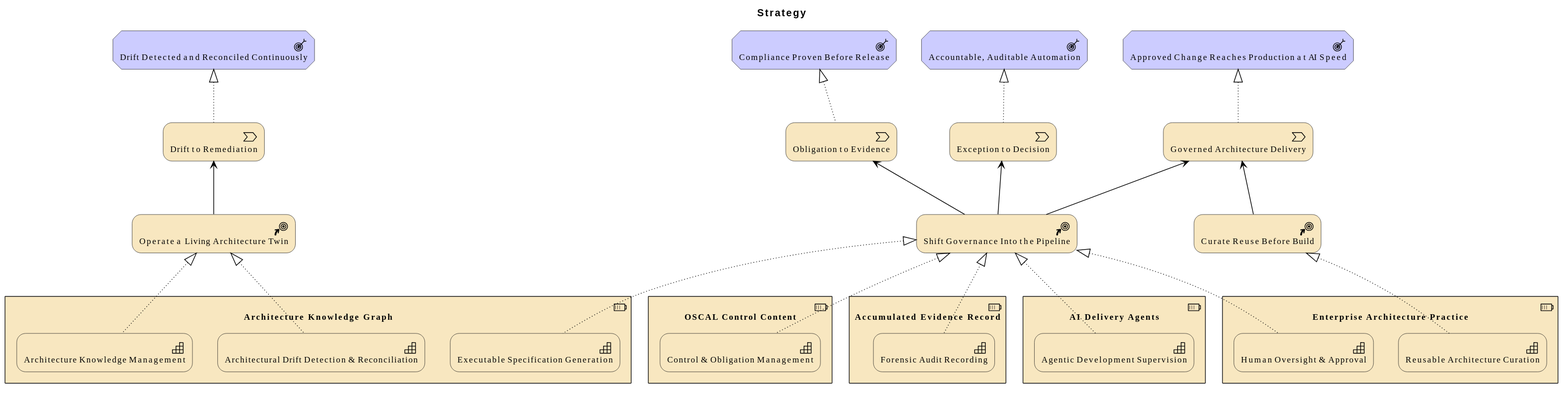
Before: architecture/model/diagrams/vision/4-strategy.svg, a diagram exported from PlantUML (wolffy-au/frictionless-architect).
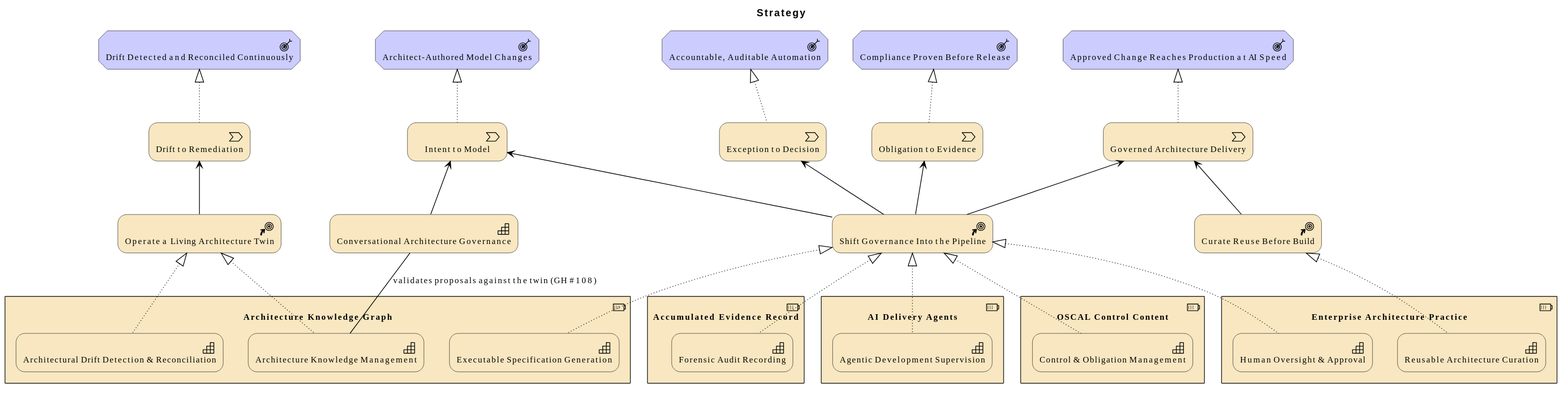
After the change.

Commit message:
fix(model): widen Strategy's Capability/Outcome scope via include_types

Change to the diagram source:
```diff
@@ -7,6 +7,8 @@
 Motivation_Outcome(e_id3be36e7ab88a59, "Approved Change Reaches Production at AI Speed")
 Motivation_Outcome(e_id4f39e9ec8e4656, "Compliance Proven Before Release")
 Motivation_Outcome(e_ide8275430b0ad5e, "Accountable, Auditable Automation")
+Motivation_Outcome(e_id162419e4eb6659, "Architect-Authored Model Changes")
+Strategy_Capability(e_id6c60f4feb89058, "Conversational Architecture Governance")
 Strategy_CourseOfAction(e_ida9babe1fe97050, "Shift Governance Into the Pipeline")
 Strategy_CourseOfAction(e_id78f58d32222658, "Operate a Living Architecture Twin")
 Strategy_CourseOfAction(e_id0b01ce08664e58, "Curate Reuse Before Build")
@@ -32,6 +34,7 @@
 Strategy_ValueStream(e_id7ee8cdbf8ddc57, "Obligation to Evidence")
 Strategy_ValueStream(e_idc55b78731ffe56, "Exception to Decision")
 Strategy_ValueStream(e_idfa7e21ab28235c, "Drift to Remediation")
+Strategy_ValueStream(e_id12f51f6c841755, "Intent to Model")
 
 Rel_Realization_Up(e_idafba1b4ab1e756, e_ida9babe1fe97050, "")
 Rel_Realization_Up(e_id4a1c34ab69d151, e_ida9babe1fe97050, "")
@@ -46,8 +49,12 @@
 Rel_Serving_Up(e_ida9babe1fe97050, e_id7ee8cdbf8ddc57, "")
 Rel_Serving_Up(e_ida9babe1fe97050, e_idc55b78731ffe56, "")
 Rel_Serving_Up(e_id78f58d32222658, e_idfa7e21ab28235c, "")
+Rel_Serving_Up(e_ida9babe1fe97050, e_id12f51f6c841755, "")
+Rel_Serving_Up(e_id6c60f4feb89058, e_id12f51f6c841755, "")
 Rel_Realization_Up(e_idcd5e1d4017725d, e_id3be36e7ab88a59, "")
 Rel_Realization_Up(e_id7ee8cdbf8ddc57, e_id4f39e9ec8e4656, "")
 Rel_Realization_Up(e_idc55b78731ffe56, e_ide8275430b0ad5e, "")
 Rel_Realization_Up(e_idfa7e21ab28235c, e_id79b6a1e545325d, "")
+Rel_Realization_Up(e_id12f51f6c841755, e_id162419e4eb6659, "")
+Rel_Association(e_id6c60f4feb89058, e_id18ec07397a9d5f, "validates proposals against the twin (GH #108)")
 @enduml
```
